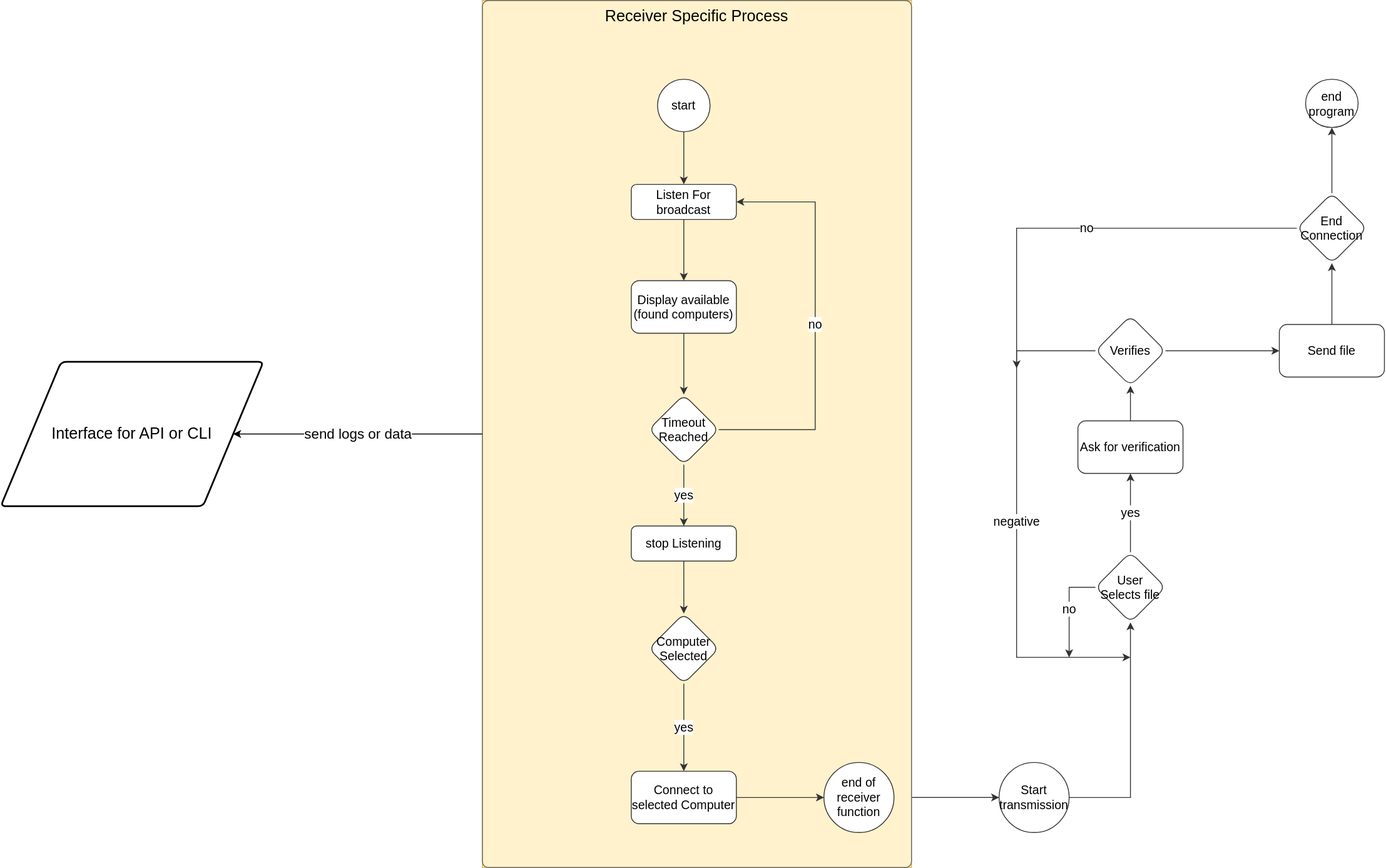
Earlier version of the draw.io export swift_receiver.drawio.svg (321swift/swift). Source tidied: cells renumbered, new cells last; positions are measured from the earlier drawing's top-left corner, leaving out a move shared by most shapes.
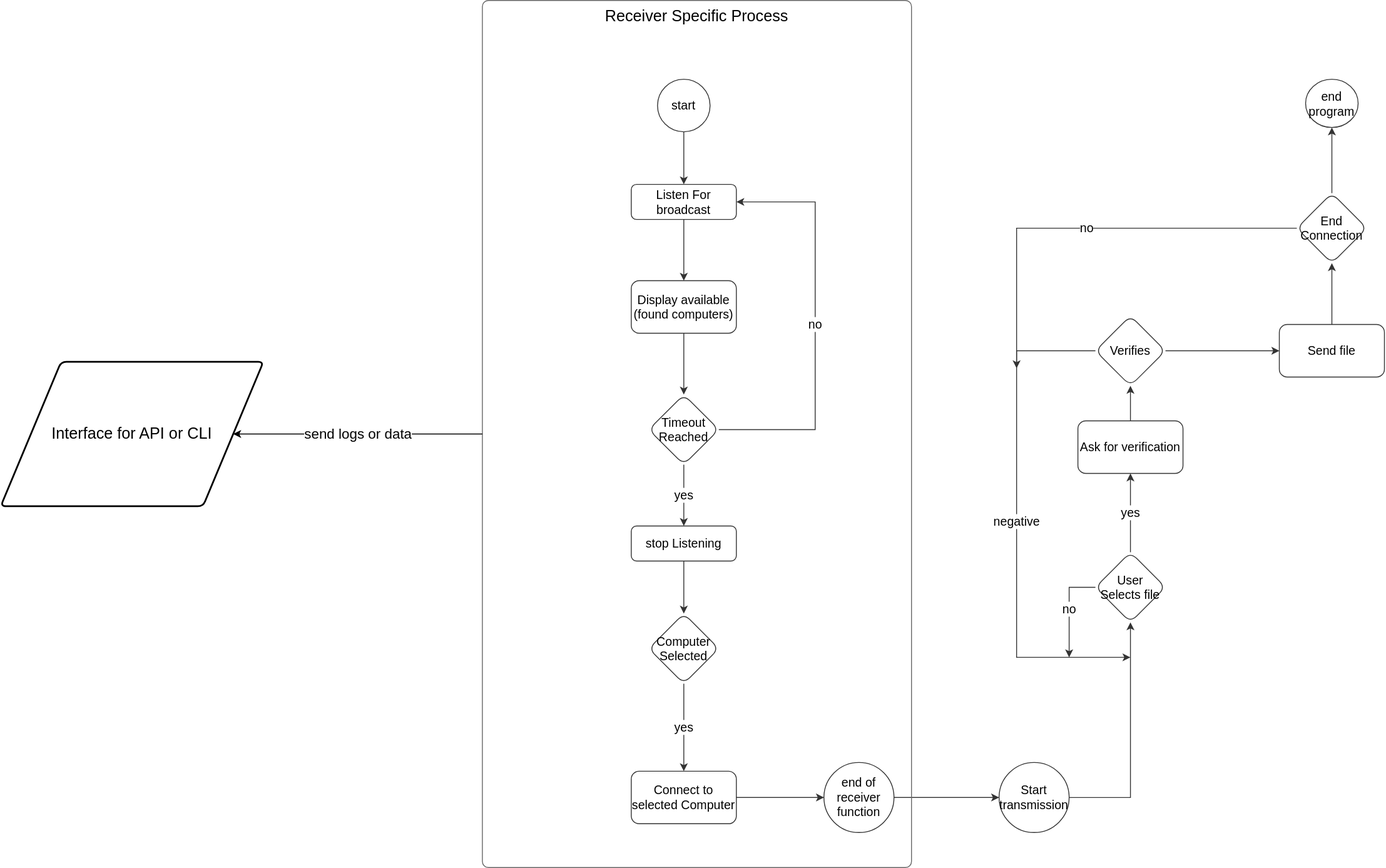
After the commit.

Change to the diagram source:
```diff
@@ -66,7 +66,7 @@
     <mxCell id="19" style="edgeStyle=orthogonalEdgeStyle;rounded=0;jettySize=auto;html=1;fontSize=14;strokeColor=#333333;" parent="5" edge="1" source="16" target="18">
       <mxGeometry relative="1" as="geometry" />
     </mxCell>
-    <mxCell id="20" value="Receiver Specific Process" style="group;fontSize=18;fillColor=#fff2cc;strokeColor=#d6b656;" parent="1" vertex="1">
+    <mxCell id="20" value="Receiver Specific Process" style="group;fontSize=18;" parent="1" vertex="1">
       <mxGeometry x="550" width="490" height="990" as="geometry" />
     </mxCell>
     <mxCell id="21" style="rounded=0;html=1;jettySize=auto;orthogonalLoop=1;fontSize=14;endArrow=block;endFill=0;endSize=8;strokeWidth=1;shadow=0;labelBackgroundColor=none;edgeStyle=orthogonalEdgeStyle;strokeColor=#333333;" parent="20" edge="1">
```
